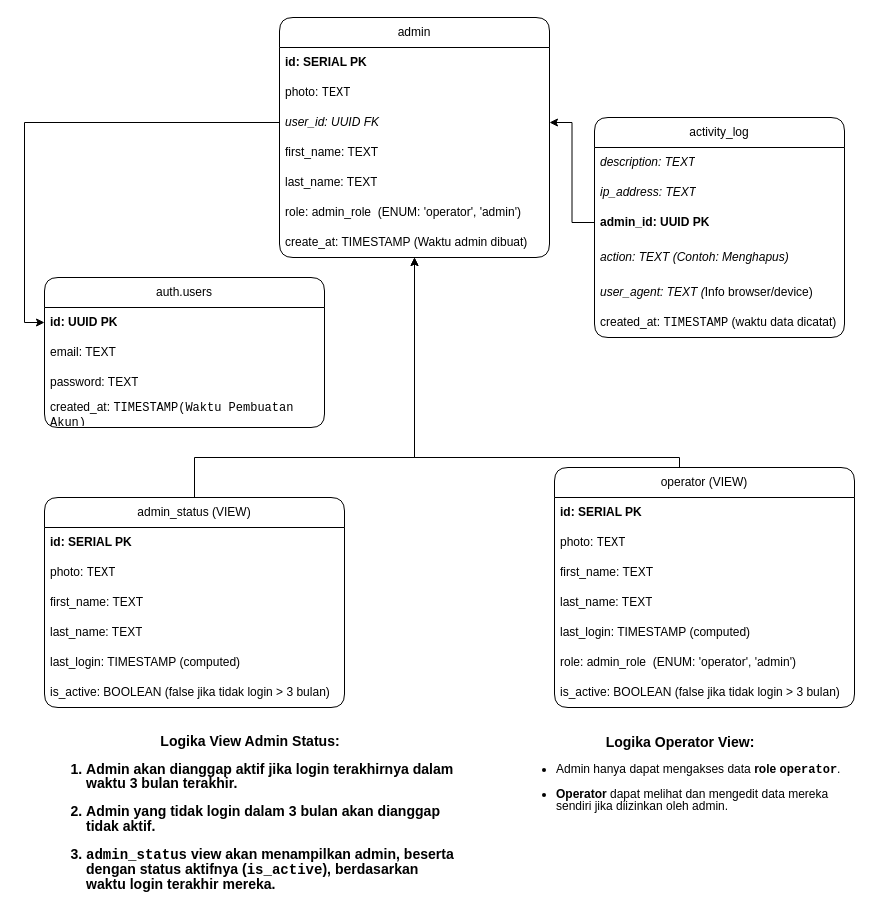
The draw.io diagram page "ERD CRUD" (1 of 13) of dba/Logika CRUD Admin Atau Operator.drawio in BhinnekaDev/DATABASE-LOKAL-GEOFISIKA-DATABASE, before the edit. Source tidied: cells renumbered, new cells numbered last; positions are measured from the earlier drawing's top-left corner, leaving out a move shared by most shapes. Both pictures are drawn from the tidied source at 100%, with x=0, y=0 at pixel (44, 17).
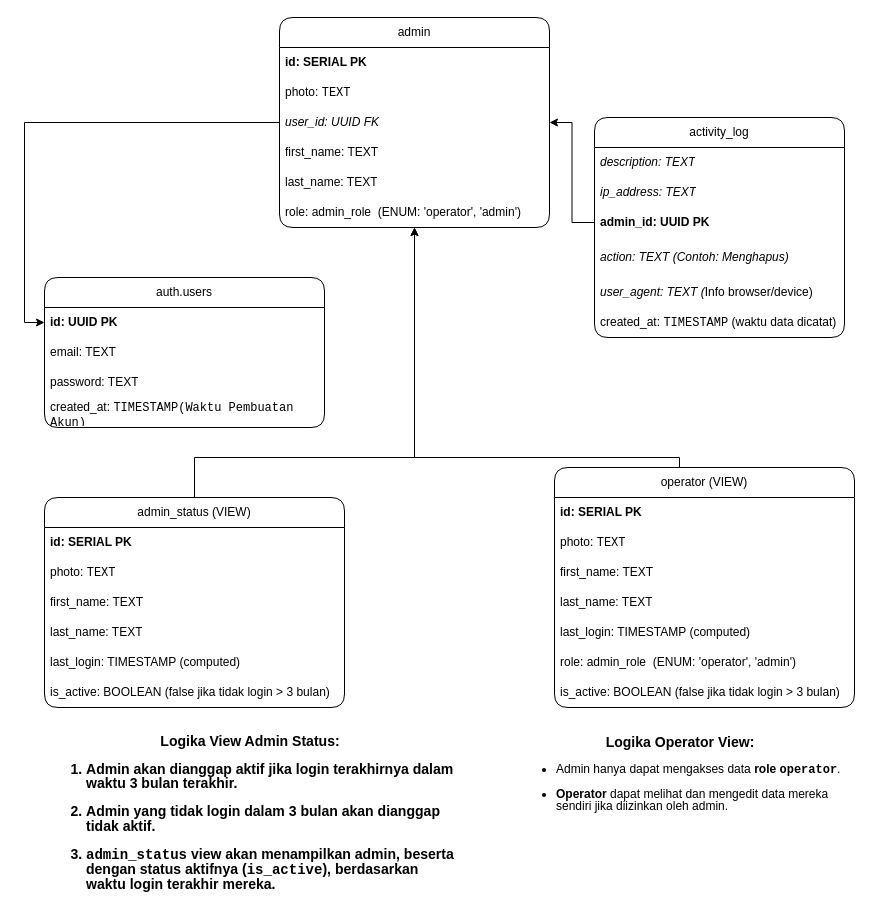
The same diagram, later.

Commit message (it also covers changes not shown here):
feat: menambahkan logika sunting admin namun belum dengan validasi

The edit, as a diff of the source:
```diff
@@
     <mxCell id="2" value="admin" style="swimlane;fontStyle=0;horizontal=1;startSize=30;whiteSpace=wrap;html=1;labelBackgroundColor=none;rounded=1;" parent="1" vertex="1">
-      <mxGeometry x="235" width="270" height="240" as="geometry" />
+      <mxGeometry x="235" width="270" height="210" as="geometry" />
     </mxCell>
@@
-    <mxCell id="9" value="create_at: TIMESTAMP (Waktu admin dibuat)" style="text;strokeColor=none;fillColor=none;align=left;verticalAlign=middle;spacingLeft=4;spacingRight=4;overflow=hidden;whiteSpace=wrap;html=1;labelBackgroundColor=none;rounded=1;" parent="2" vertex="1">
-      <mxGeometry y="210" width="270" height="30" as="geometry" />
-    </mxCell>
```
